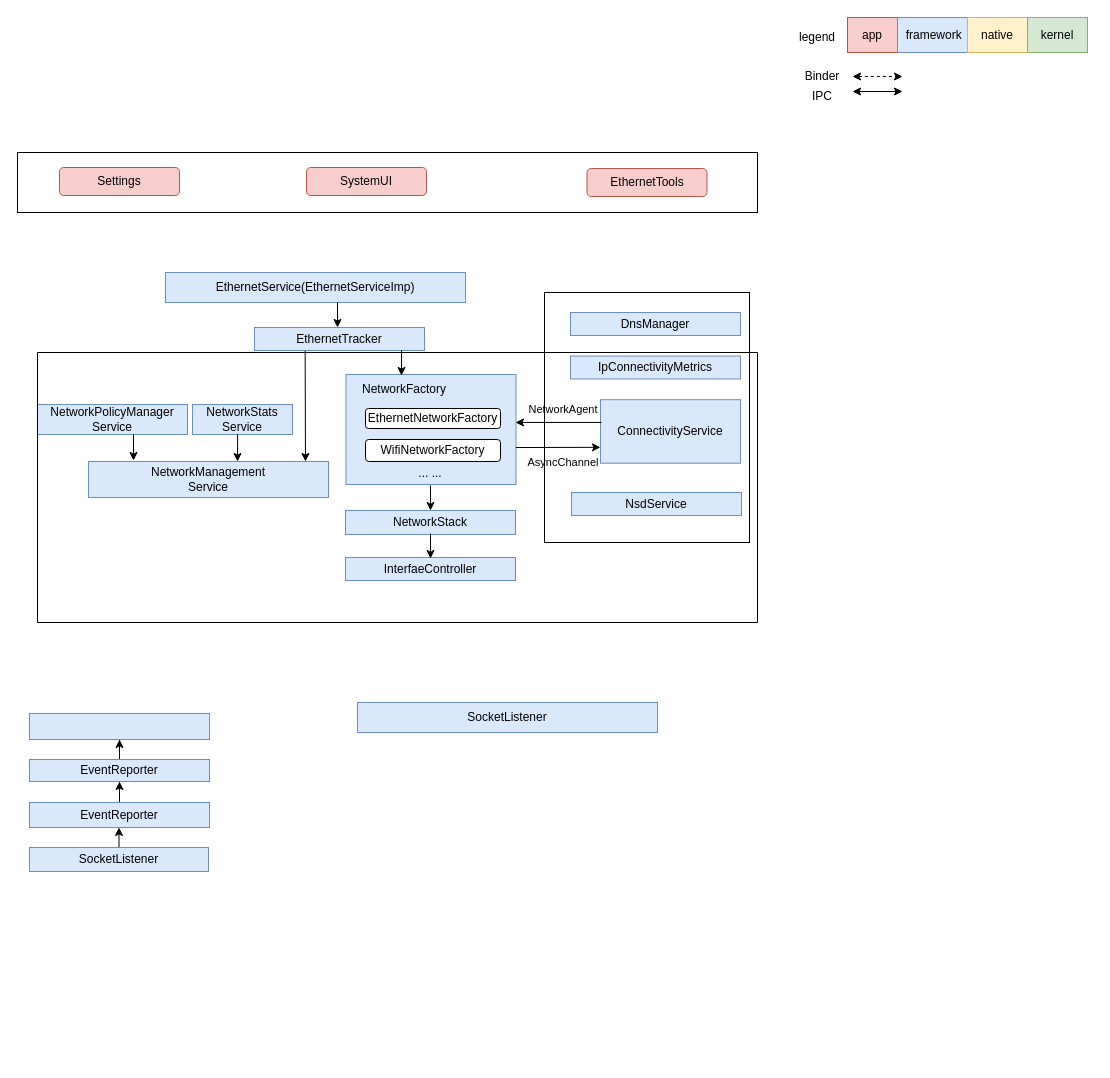
Before: ethernet framework.drawio in jaimin-luo/TCON_SDK, a draw.io diagram. Source tidied: cells renumbered, new cells numbered last; positions are measured from the earlier drawing's top-left corner, leaving out a move shared by most shapes. Both pictures are drawn from the tidied source at 100%, with x=0, y=0 at pixel (17, 17).
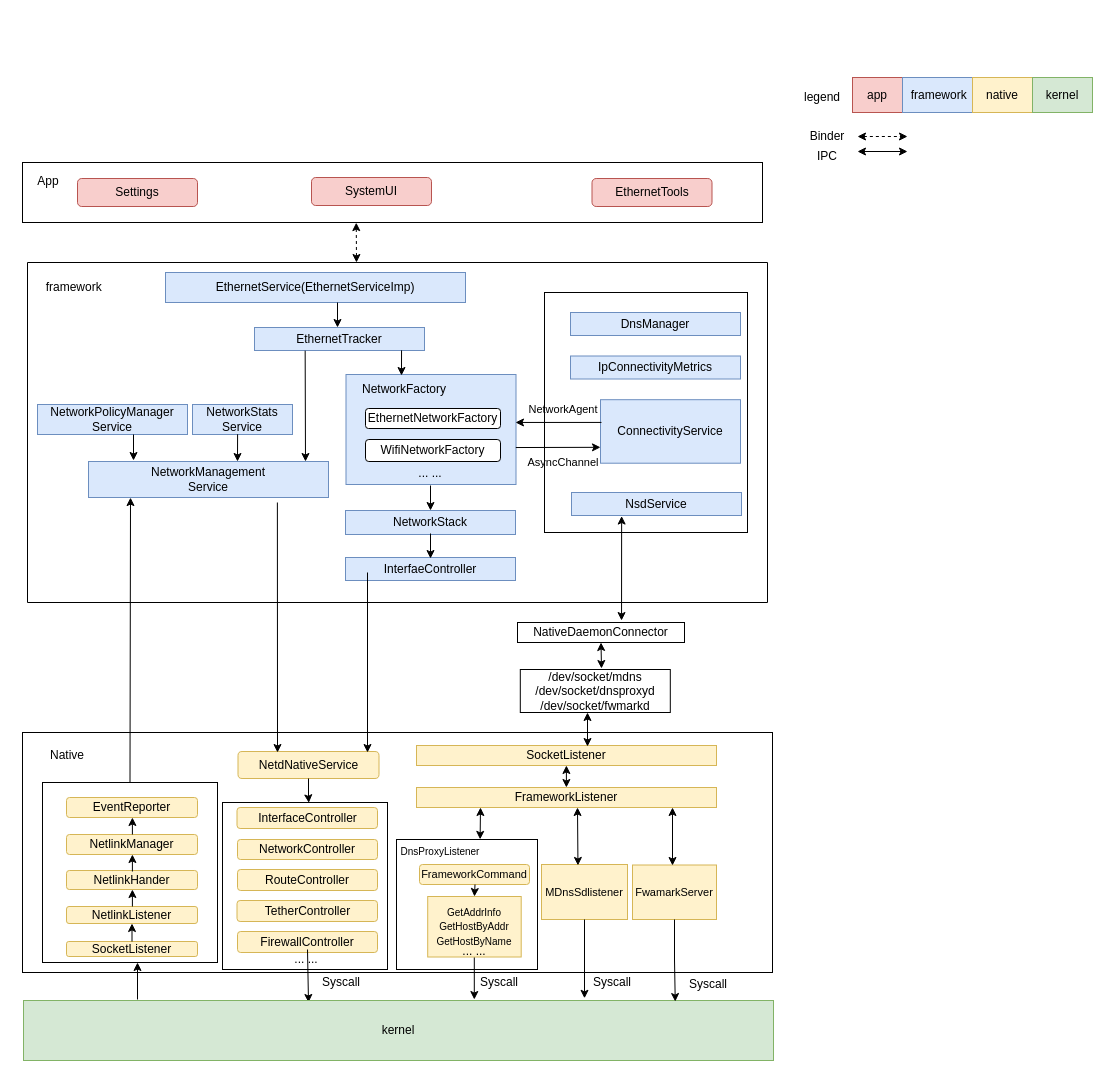
After the change.

The change refers to these unchanged cells:
```xml
<mxCell id="6" value="NetworkManagement&lt;div&gt;Service&lt;/div&gt;" style="rounded=0;whiteSpace=wrap;html=1;fillStyle=auto;fillColor=#dae8fc;strokeColor=#6c8ebf;" parent="1" vertex="1">
  <mxGeometry x="71" y="444" width="240" height="36" as="geometry" />
</mxCell>
<mxCell id="17" value="NsdService" style="rounded=0;whiteSpace=wrap;html=1;fillStyle=auto;fillColor=#dae8fc;strokeColor=#6c8ebf;" parent="1" vertex="1">
  <mxGeometry x="554" y="475" width="170" height="23" as="geometry" />
</mxCell>
```

What changed in the source:
```diff
@@
     <mxCell id="14" style="rounded=0;whiteSpace=wrap;html=1;" parent="1" vertex="1">
-      <mxGeometry x="527" y="275" width="205" height="250" as="geometry" />
+      <mxGeometry x="527" y="275" width="203" height="240" as="geometry" />
     </mxCell>
@@
     <mxCell id="19" style="verticalLabelPosition=bottom;verticalAlign=top;html=1;shape=mxgraph.basic.rect;fillColor2=none;strokeWidth=1;size=20;indent=5;fillColor=none;" parent="1" vertex="1">
-      <mxGeometry x="20" y="335" width="720" height="270" as="geometry" />
+      <mxGeometry x="10" y="245" width="740" height="340" as="geometry" />
     </mxCell>
     <mxCell id="20" value="legend" style="text;html=1;align=center;verticalAlign=middle;whiteSpace=wrap;rounded=0;" parent="1" vertex="1">
-      <mxGeometry x="770" y="5" width="60" height="30" as="geometry" />
+      <mxGeometry x="775" y="65" width="60" height="30" as="geometry" />
     </mxCell>
     <mxCell id="21" style="endArrow=classic;startArrow=classic;html=1;rounded=0;" parent="1" edge="1">
       <mxGeometry relative="1" as="geometry">
-        <mxPoint x="835" y="74" as="sourcePoint" />
-        <mxPoint x="885" y="74" as="targetPoint" />
+        <mxPoint x="840" y="134" as="sourcePoint" />
+        <mxPoint x="890" y="134" as="targetPoint" />
       </mxGeometry>
     </mxCell>
     <mxCell id="22" style="endArrow=classic;startArrow=classic;html=1;rounded=0;dashed=1;" parent="1" edge="1">
       <mxGeometry relative="1" as="geometry">
-        <mxPoint x="835" y="59" as="sourcePoint" />
-        <mxPoint x="885" y="59" as="targetPoint" />
+        <mxPoint x="840" y="119" as="sourcePoint" />
+        <mxPoint x="890" y="119" as="targetPoint" />
       </mxGeometry>
     </mxCell>
     <mxCell id="23" value="app" style="rounded=0;whiteSpace=wrap;html=1;fillColor=#f8cecc;strokeColor=#b85450;" parent="1" vertex="1">
-      <mxGeometry x="830" width="50" height="35" as="geometry" />
+      <mxGeometry x="835" y="60" width="50" height="35" as="geometry" />
     </mxCell>
     <mxCell id="24" value="&amp;nbsp;framework" style="rounded=0;whiteSpace=wrap;html=1;fillColor=#dae8fc;strokeColor=#6c8ebf;" parent="1" vertex="1">
-      <mxGeometry x="880" width="70" height="35" as="geometry" />
+      <mxGeometry x="885" y="60" width="70" height="35" as="geometry" />
     </mxCell>
     <mxCell id="25" value="native" style="rounded=0;whiteSpace=wrap;html=1;fillColor=#fff2cc;strokeColor=#d6b656;" parent="1" vertex="1">
-      <mxGeometry x="950" width="60" height="35" as="geometry" />
+      <mxGeometry x="955" y="60" width="60" height="35" as="geometry" />
     </mxCell>
     <mxCell id="26" value="kernel" style="rounded=0;whiteSpace=wrap;html=1;fillColor=#d5e8d4;strokeColor=#82b366;" parent="1" vertex="1">
-      <mxGeometry x="1010" width="60" height="35" as="geometry" />
+      <mxGeometry x="1015" y="60" width="60" height="35" as="geometry" />
     </mxCell>
     <mxCell id="27" value="Binder" style="text;html=1;align=center;verticalAlign=middle;whiteSpace=wrap;rounded=0;" parent="1" vertex="1">
-      <mxGeometry x="775" y="44" width="60" height="30" as="geometry" />
+      <mxGeometry x="780" y="104" width="60" height="30" as="geometry" />
     </mxCell>
     <mxCell id="28" value="IPC" style="text;html=1;align=center;verticalAlign=middle;whiteSpace=wrap;rounded=0;" parent="1" vertex="1">
-      <mxGeometry x="775" y="64" width="60" height="30" as="geometry" />
+      <mxGeometry x="780" y="124" width="60" height="30" as="geometry" />
     </mxCell>
@@
     <mxCell id="40" style="rounded=0;whiteSpace=wrap;html=1;" parent="1" vertex="1">
-      <mxGeometry y="135" width="740" height="60" as="geometry" />
+      <mxGeometry x="5" y="145" width="740" height="60" as="geometry" />
     </mxCell>
     <mxCell id="41" value="Settings" style="rounded=1;whiteSpace=wrap;html=1;fillColor=#f8cecc;strokeColor=#b85450;" parent="1" vertex="1">
-      <mxGeometry x="42" y="150" width="120" height="28" as="geometry" />
+      <mxGeometry x="60" y="161" width="120" height="28" as="geometry" />
     </mxCell>
     <mxCell id="42" value="SystemUI" style="rounded=1;whiteSpace=wrap;html=1;fillColor=#f8cecc;strokeColor=#b85450;" parent="1" vertex="1">
-      <mxGeometry x="289" y="150" width="120" height="28" as="geometry" />
+      <mxGeometry x="294" y="160" width="120" height="28" as="geometry" />
     </mxCell>
     <mxCell id="43" value="EthernetTools" style="rounded=1;whiteSpace=wrap;html=1;fillColor=#f8cecc;strokeColor=#b85450;" parent="1" vertex="1">
-      <mxGeometry x="569.5" y="151" width="120" height="28" as="geometry" />
+      <mxGeometry x="574.5" y="161" width="120" height="28" as="geometry" />
     </mxCell>
-    <mxCell id="44" style="edgeStyle=orthogonalEdgeStyle;rounded=0;jettySize=auto;html=1;" parent="1" edge="1" source="45" target="48">
-      <mxGeometry relative="1" as="geometry" />
-    </mxCell>
+    <mxCell id="46" value="SocketListener" style="rounded=0;whiteSpace=wrap;html=1;fillStyle=auto;fillColor=#fff2cc;strokeColor=#d6b656;" parent="1" vertex="1">
+      <mxGeometry x="399" y="728" width="300" height="20" as="geometry" />
+    </mxCell>
+    <mxCell id="52" value="TetherController" style="rounded=1;whiteSpace=wrap;html=1;fillStyle=auto;fillColor=#fff2cc;strokeColor=#d6b656;" parent="1" vertex="1">
+      <mxGeometry x="219.5" y="883" width="140.5" height="21" as="geometry" />
+    </mxCell>
+    <mxCell id="53" value="RouteController" style="whiteSpace=wrap;html=1;fillColor=#fff2cc;strokeColor=#d6b656;rounded=1;fillStyle=auto;" parent="1" vertex="1">
+      <mxGeometry x="220" y="852" width="140" height="21" as="geometry" />
+    </mxCell>
+    <mxCell id="54" value="NetworkController" style="whiteSpace=wrap;html=1;fillColor=#fff2cc;strokeColor=#d6b656;rounded=1;fillStyle=auto;" parent="1" vertex="1">
+      <mxGeometry x="220" y="822" width="140" height="20" as="geometry" />
+    </mxCell>
+    <mxCell id="55" value="InterfaceController" style="whiteSpace=wrap;html=1;fillColor=#fff2cc;strokeColor=#d6b656;rounded=1;fillStyle=auto;glass=0;" parent="1" vertex="1">
+      <mxGeometry x="219.5" y="790" width="140.5" height="21" as="geometry" />
+    </mxCell>
+    <mxCell id="56" value="NetdNativeService" style="whiteSpace=wrap;html=1;fillColor=#fff2cc;strokeColor=#d6b656;rounded=1;fillStyle=auto;" parent="1" vertex="1">
+      <mxGeometry x="220.5" y="734" width="141" height="27" as="geometry" />
+    </mxCell>
+    <mxCell id="57" value="FirewallController" style="rounded=1;whiteSpace=wrap;html=1;fillStyle=auto;fillColor=#fff2cc;strokeColor=#d6b656;" parent="1" vertex="1">
+      <mxGeometry x="220" y="914" width="140" height="21" as="geometry" />
+    </mxCell>
+    <mxCell id="58" value="EventReporter" style="rounded=1;whiteSpace=wrap;html=1;fillColor=#fff2cc;strokeColor=#d6b656;" parent="1" vertex="1">
+      <mxGeometry x="49" y="780" width="131" height="20" as="geometry" />
+    </mxCell>
+    <mxCell id="59" value="NetlinkManager" style="rounded=1;whiteSpace=wrap;html=1;fillColor=#fff2cc;strokeColor=#d6b656;" parent="1" vertex="1">
+      <mxGeometry x="49" y="817" width="131" height="20" as="geometry" />
+    </mxCell>
+    <mxCell id="60" value="NetlinkHander" style="rounded=1;whiteSpace=wrap;html=1;fillColor=#fff2cc;strokeColor=#d6b656;" parent="1" vertex="1">
+      <mxGeometry x="49" y="853" width="131" height="19" as="geometry" />
+    </mxCell>
+    <mxCell id="61" value="NetlinkListener" style="rounded=1;whiteSpace=wrap;html=1;fillColor=#fff2cc;strokeColor=#d6b656;" parent="1" vertex="1">
+      <mxGeometry x="49" y="889" width="131" height="17" as="geometry" />
+    </mxCell>
-    <mxCell id="45" value="SocketListener" style="rounded=0;whiteSpace=wrap;html=1;fillStyle=auto;fillColor=#dae8fc;strokeColor=#6c8ebf;" parent="1" vertex="1">
-      <mxGeometry x="12" y="830" width="179" height="24" as="geometry" />
+    <mxCell id="45" value="SocketListener" style="rounded=1;whiteSpace=wrap;html=1;fillColor=#fff2cc;strokeColor=#d6b656;" parent="1" vertex="1">
+      <mxGeometry x="49" y="924" width="131" height="15" as="geometry" />
     </mxCell>
-    <mxCell id="46" value="SocketListener" style="rounded=0;whiteSpace=wrap;html=1;fillStyle=auto;fillColor=#dae8fc;strokeColor=#6c8ebf;" parent="1" vertex="1">
-      <mxGeometry x="340" y="685" width="300" height="30" as="geometry" />
-    </mxCell>
-    <mxCell id="47" style="edgeStyle=orthogonalEdgeStyle;rounded=0;jettySize=auto;html=1;" parent="1" edge="1" source="48" target="50">
-      <mxGeometry relative="1" as="geometry" />
-    </mxCell>
-    <mxCell id="48" value="EventReporter" style="whiteSpace=wrap;html=1;fillColor=#dae8fc;strokeColor=#6c8ebf;rounded=0;fillStyle=auto;" parent="1" vertex="1">
-      <mxGeometry x="12" y="785" width="180" height="25" as="geometry" />
-    </mxCell>
-    <mxCell id="49" style="edgeStyle=orthogonalEdgeStyle;rounded=0;jettySize=auto;html=1;" parent="1" edge="1" source="50" target="51">
-      <mxGeometry relative="1" as="geometry" />
-    </mxCell>
-    <mxCell id="50" value="EventReporter" style="whiteSpace=wrap;html=1;fillColor=#dae8fc;strokeColor=#6c8ebf;rounded=0;fillStyle=auto;" parent="1" vertex="1">
-      <mxGeometry x="12" y="742" width="180" height="22" as="geometry" />
-    </mxCell>
-    <mxCell id="51" style="whiteSpace=wrap;html=1;fillColor=#dae8fc;strokeColor=#6c8ebf;rounded=0;fillStyle=auto;" parent="1" vertex="1">
-      <mxGeometry x="12" y="696" width="180" height="26" as="geometry" />
-    </mxCell>
+    <mxCell id="62" style="endArrow=classic;html=1;rounded=0;entryX=0.5;entryY=1;entryDx=0;entryDy=0;exitX=0.5;exitY=0;exitDx=0;exitDy=0;" parent="1" edge="1" source="45" target="61">
+      <mxGeometry relative="1" as="geometry" />
+    </mxCell>
+    <mxCell id="63" style="endArrow=classic;html=1;rounded=0;entryX=0.5;entryY=1;entryDx=0;entryDy=0;exitX=0.5;exitY=0;exitDx=0;exitDy=0;" parent="1" edge="1">
+      <mxGeometry relative="1" as="geometry">
+        <mxPoint x="114.9" y="889" as="sourcePoint" />
+        <mxPoint x="114.9" y="872" as="targetPoint" />
+      </mxGeometry>
+    </mxCell>
+    <mxCell id="64" style="endArrow=classic;html=1;rounded=0;entryX=0.5;entryY=1;entryDx=0;entryDy=0;exitX=0.5;exitY=0;exitDx=0;exitDy=0;" parent="1" edge="1">
+      <mxGeometry relative="1" as="geometry">
+        <mxPoint x="114.9" y="854" as="sourcePoint" />
+        <mxPoint x="114.9" y="837" as="targetPoint" />
+      </mxGeometry>
+    </mxCell>
+    <mxCell id="65" style="endArrow=classic;html=1;rounded=0;entryX=0.5;entryY=1;entryDx=0;entryDy=0;exitX=0.5;exitY=0;exitDx=0;exitDy=0;" parent="1" edge="1">
+      <mxGeometry relative="1" as="geometry">
+        <mxPoint x="114.9" y="817" as="sourcePoint" />
+        <mxPoint x="114.9" y="800" as="targetPoint" />
+      </mxGeometry>
+    </mxCell>
+    <mxCell id="66" style="rounded=0;whiteSpace=wrap;html=1;fillColor=none;" parent="1" vertex="1">
+      <mxGeometry x="25" y="765" width="175" height="180" as="geometry" />
+    </mxCell>
+    <mxCell id="67" style="rounded=0;whiteSpace=wrap;html=1;fillColor=none;strokeColor=#000000;" parent="1" vertex="1">
+      <mxGeometry x="205" y="785" width="165" height="167" as="geometry" />
+    </mxCell>
+    <mxCell id="68" value="... ..." style="text;html=1;align=center;verticalAlign=middle;whiteSpace=wrap;rounded=0;" parent="1" vertex="1">
+      <mxGeometry x="260" y="937" width="58" height="10" as="geometry" />
+    </mxCell>
+    <mxCell id="69" style="rounded=0;whiteSpace=wrap;html=1;" parent="1" vertex="1">
+      <mxGeometry x="379" y="822" width="141" height="130" as="geometry" />
+    </mxCell>
+    <mxCell id="70" value="FrameworkListener" style="rounded=0;whiteSpace=wrap;html=1;fillStyle=auto;fillColor=#fff2cc;strokeColor=#d6b656;" parent="1" vertex="1">
+      <mxGeometry x="399" y="770" width="300" height="20" as="geometry" />
+    </mxCell>
+    <mxCell id="71" value="&lt;font style=&quot;font-size: 11px;&quot;&gt;FrameworkCommand&lt;/font&gt;" style="rounded=1;whiteSpace=wrap;html=1;fillColor=#fff2cc;strokeColor=#d6b656;" parent="1" vertex="1">
+      <mxGeometry x="402" y="847" width="110" height="20" as="geometry" />
+    </mxCell>
+    <mxCell id="72" value="&lt;font style=&quot;font-size: 10px;&quot;&gt;GetAddrInfo&lt;/font&gt;&lt;div&gt;&lt;font style=&quot;font-size: 10px;&quot;&gt;GetHostByAddr&lt;/font&gt;&lt;/div&gt;&lt;div&gt;&lt;font style=&quot;font-size: 10px;&quot;&gt;GetHostByName&lt;/font&gt;&lt;/div&gt;" style="rounded=0;whiteSpace=wrap;html=1;fillColor=#fff2cc;strokeColor=#d6b656;" parent="1" vertex="1">
+      <mxGeometry x="410.2" y="879" width="93.5" height="60.5" as="geometry" />
+    </mxCell>
+    <mxCell id="73" value="... ..." style="text;html=1;align=center;verticalAlign=middle;whiteSpace=wrap;rounded=0;" parent="1" vertex="1">
+      <mxGeometry x="427" y="929" width="60" height="10" as="geometry" />
+    </mxCell>
+    <mxCell id="74" style="endArrow=classic;html=1;rounded=0;entryX=0.5;entryY=0;entryDx=0;entryDy=0;" parent="1" edge="1" target="72">
+      <mxGeometry relative="1" as="geometry">
+        <mxPoint x="457.5" y="867" as="sourcePoint" />
+      </mxGeometry>
+    </mxCell>
+    <mxCell id="75" value="&lt;font style=&quot;font-size: 10px;&quot;&gt;DnsProxyListener&lt;/font&gt;" style="text;html=1;align=center;verticalAlign=middle;whiteSpace=wrap;rounded=0;" parent="1" vertex="1">
+      <mxGeometry x="381" y="829" width="84" height="9" as="geometry" />
+    </mxCell>
+    <mxCell id="76" value="&lt;font style=&quot;font-size: 11px;&quot;&gt;MDnsSdlistener&lt;/font&gt;" style="rounded=0;whiteSpace=wrap;html=1;fillColor=#fff2cc;strokeColor=#d6b656;" parent="1" vertex="1">
+      <mxGeometry x="524" y="847" width="86" height="55" as="geometry" />
+    </mxCell>
+    <mxCell id="77" value="&lt;font style=&quot;font-size: 11px;&quot;&gt;FwamarkServer&lt;/font&gt;" style="rounded=0;whiteSpace=wrap;html=1;fillColor=#fff2cc;strokeColor=#d6b656;" parent="1" vertex="1">
+      <mxGeometry x="615" y="847.5" width="84" height="54.5" as="geometry" />
+    </mxCell>
+    <mxCell id="78" style="endArrow=classic;startArrow=classic;html=1;rounded=0;exitX=0.593;exitY=-0.001;exitDx=0;exitDy=0;exitPerimeter=0;" parent="1" edge="1" source="69">
+      <mxGeometry relative="1" as="geometry">
+        <mxPoint x="463" y="790" as="targetPoint" />
+      </mxGeometry>
+    </mxCell>
+    <mxCell id="79" style="endArrow=classic;startArrow=classic;html=1;rounded=0;exitX=0.424;exitY=0.017;exitDx=0;exitDy=0;exitPerimeter=0;" parent="1" edge="1" source="76">
+      <mxGeometry relative="1" as="geometry">
+        <mxPoint x="560" y="790" as="targetPoint" />
+      </mxGeometry>
+    </mxCell>
+    <mxCell id="80" style="endArrow=classic;startArrow=classic;html=1;rounded=0;exitX=0.424;exitY=0.017;exitDx=0;exitDy=0;exitPerimeter=0;" parent="1" edge="1">
+      <mxGeometry relative="1" as="geometry">
+        <mxPoint x="655" y="848" as="sourcePoint" />
+        <mxPoint x="655" y="790" as="targetPoint" />
+      </mxGeometry>
+    </mxCell>
+    <mxCell id="81" style="endArrow=classic;startArrow=classic;html=1;rounded=0;exitX=0.593;exitY=-0.001;exitDx=0;exitDy=0;exitPerimeter=0;" parent="1" edge="1">
+      <mxGeometry relative="1" as="geometry">
+        <mxPoint x="548.9" y="770" as="sourcePoint" />
+        <mxPoint x="548.9" y="748" as="targetPoint" />
+      </mxGeometry>
+    </mxCell>
+    <mxCell id="82" style="endArrow=classic;html=1;rounded=0;exitX=0.534;exitY=1.002;exitDx=0;exitDy=0;exitPerimeter=0;entryX=0.38;entryY=0.033;entryDx=0;entryDy=0;entryPerimeter=0;" parent="1" edge="1" target="85">
+      <mxGeometry relative="1" as="geometry">
+        <mxPoint x="290" y="932" as="sourcePoint" />
+      </mxGeometry>
+    </mxCell>
+    <mxCell id="83" style="endArrow=classic;html=1;rounded=0;exitX=0.534;exitY=1.002;exitDx=0;exitDy=0;exitPerimeter=0;" parent="1" edge="1">
+      <mxGeometry relative="1" as="geometry">
+        <mxPoint x="456.8" y="940" as="sourcePoint" />
+        <mxPoint x="456.8" y="982" as="targetPoint" />
+      </mxGeometry>
+    </mxCell>
+    <mxCell id="84" style="rounded=0;whiteSpace=wrap;html=1;fillColor=none;" parent="1" vertex="1">
+      <mxGeometry x="5" y="715" width="750" height="240" as="geometry" />
+    </mxCell>
+    <mxCell id="85" value="kernel" style="rounded=0;whiteSpace=wrap;html=1;fillColor=#d5e8d4;strokeColor=#82b366;" parent="1" vertex="1">
+      <mxGeometry x="6" y="983" width="750" height="60" as="geometry" />
+    </mxCell>
+    <mxCell id="86" value="NativeDaemonConnector" style="rounded=0;whiteSpace=wrap;html=1;" parent="1" vertex="1">
+      <mxGeometry x="500" y="605" width="167" height="20" as="geometry" />
+    </mxCell>
+    <mxCell id="87" value="/dev/socket/mdns&lt;div&gt;&lt;span style=&quot;background-color: initial;&quot;&gt;/dev/socket/dnsproxyd&lt;/span&gt;&lt;div&gt;/dev/socket/fwmarkd&lt;/div&gt;&lt;/div&gt;" style="text;html=1;align=center;verticalAlign=middle;whiteSpace=wrap;rounded=0;glass=0;strokeColor=default;" parent="1" vertex="1">
+      <mxGeometry x="502.8" y="652" width="150" height="43" as="geometry" />
+    </mxCell>
+    <mxCell id="88" style="endArrow=classic;startArrow=classic;html=1;rounded=0;" parent="1" edge="1">
+      <mxGeometry relative="1" as="geometry">
+        <mxPoint x="570" y="729" as="sourcePoint" />
+        <mxPoint x="570" y="695" as="targetPoint" />
+      </mxGeometry>
+    </mxCell>
+    <mxCell id="89" style="endArrow=classic;html=1;rounded=0;exitX=0.5;exitY=0;exitDx=0;exitDy=0;entryX=0.175;entryY=1.002;entryDx=0;entryDy=0;entryPerimeter=0;" parent="1" edge="1" source="66" target="6">
+      <mxGeometry relative="1" as="geometry" />
+    </mxCell>
+    <mxCell id="90" style="endArrow=classic;html=1;rounded=0;exitX=0.787;exitY=1.139;exitDx=0;exitDy=0;exitPerimeter=0;" parent="1" edge="1" source="6">
+      <mxGeometry relative="1" as="geometry">
+        <mxPoint x="260" y="735" as="targetPoint" />
+      </mxGeometry>
+    </mxCell>
+    <mxCell id="91" style="endArrow=classic;html=1;rounded=0;" parent="1" edge="1">
+      <mxGeometry relative="1" as="geometry">
+        <mxPoint x="350" y="555" as="sourcePoint" />
+        <mxPoint x="350" y="735" as="targetPoint" />
+      </mxGeometry>
+    </mxCell>
+    <mxCell id="92" style="endArrow=classic;startArrow=classic;html=1;rounded=0;entryX=0.295;entryY=1.024;entryDx=0;entryDy=0;entryPerimeter=0;exitX=0.623;exitY=-0.098;exitDx=0;exitDy=0;exitPerimeter=0;" parent="1" edge="1" source="86" target="17">
+      <mxGeometry relative="1" as="geometry" />
+    </mxCell>
+    <mxCell id="93" style="endArrow=classic;startArrow=classic;html=1;rounded=0;entryX=0.5;entryY=1;entryDx=0;entryDy=0;" parent="1" edge="1" target="86">
+      <mxGeometry relative="1" as="geometry">
+        <mxPoint x="584" y="651" as="sourcePoint" />
+      </mxGeometry>
+    </mxCell>
+    <mxCell id="94" style="edgeStyle=orthogonalEdgeStyle;rounded=0;jettySize=auto;html=1;entryX=0.748;entryY=-0.037;entryDx=0;entryDy=0;entryPerimeter=0;" parent="1" edge="1" source="76" target="85">
+      <mxGeometry relative="1" as="geometry" />
+    </mxCell>
+    <mxCell id="95" style="edgeStyle=orthogonalEdgeStyle;rounded=0;jettySize=auto;html=1;entryX=0.869;entryY=0.017;entryDx=0;entryDy=0;entryPerimeter=0;" parent="1" edge="1" source="77" target="85">
+      <mxGeometry relative="1" as="geometry" />
+    </mxCell>
+    <mxCell id="96" value="Syscall" style="text;html=1;align=center;verticalAlign=middle;whiteSpace=wrap;rounded=0;" parent="1" vertex="1">
+      <mxGeometry x="294" y="955" width="60" height="20" as="geometry" />
+    </mxCell>
+    <mxCell id="97" value="Syscall" style="text;html=1;align=center;verticalAlign=middle;whiteSpace=wrap;rounded=0;" parent="1" vertex="1">
+      <mxGeometry x="452" y="955" width="60" height="20" as="geometry" />
+    </mxCell>
+    <mxCell id="98" value="Syscall" style="text;html=1;align=center;verticalAlign=middle;whiteSpace=wrap;rounded=0;" parent="1" vertex="1">
+      <mxGeometry x="565" y="955" width="60" height="20" as="geometry" />
+    </mxCell>
+    <mxCell id="99" value="Syscall" style="text;html=1;align=center;verticalAlign=middle;whiteSpace=wrap;rounded=0;" parent="1" vertex="1">
+      <mxGeometry x="661" y="957" width="60" height="20" as="geometry" />
+    </mxCell>
+    <mxCell id="100" style="endArrow=classic;html=1;rounded=0;exitX=0.152;exitY=-0.017;exitDx=0;exitDy=0;exitPerimeter=0;" parent="1" edge="1" source="85">
+      <mxGeometry relative="1" as="geometry">
+        <mxPoint x="120" y="945" as="targetPoint" />
+      </mxGeometry>
+    </mxCell>
+    <mxCell id="101" style="endArrow=classic;startArrow=classic;html=1;rounded=0;dashed=1;exitX=0.451;exitY=1.002;exitDx=0;exitDy=0;exitPerimeter=0;" parent="1" edge="1" source="40">
+      <mxGeometry relative="1" as="geometry">
+        <mxPoint x="339" y="245" as="targetPoint" />
+      </mxGeometry>
+    </mxCell>
+    <mxCell id="102" value="&amp;nbsp;framework" style="text;html=1;align=center;verticalAlign=middle;whiteSpace=wrap;rounded=0;" parent="1" vertex="1">
+      <mxGeometry x="15" y="255" width="80" height="30" as="geometry" />
+    </mxCell>
+    <mxCell id="103" value="Native" style="text;html=1;align=center;verticalAlign=middle;whiteSpace=wrap;rounded=0;" parent="1" vertex="1">
+      <mxGeometry x="20" y="723" width="60" height="30" as="geometry" />
+    </mxCell>
+    <mxCell id="104" value="App" style="text;html=1;align=center;verticalAlign=middle;whiteSpace=wrap;rounded=0;" parent="1" vertex="1">
+      <mxGeometry x="6" y="154" width="50" height="20" as="geometry" />
+    </mxCell>
+    <mxCell id="105" style="edgeStyle=orthogonalEdgeStyle;rounded=0;jettySize=auto;html=1;entryX=0.523;entryY=0.002;entryDx=0;entryDy=0;entryPerimeter=0;" parent="1" edge="1" source="56" target="67">
+      <mxGeometry relative="1" as="geometry" />
+    </mxCell>
```
